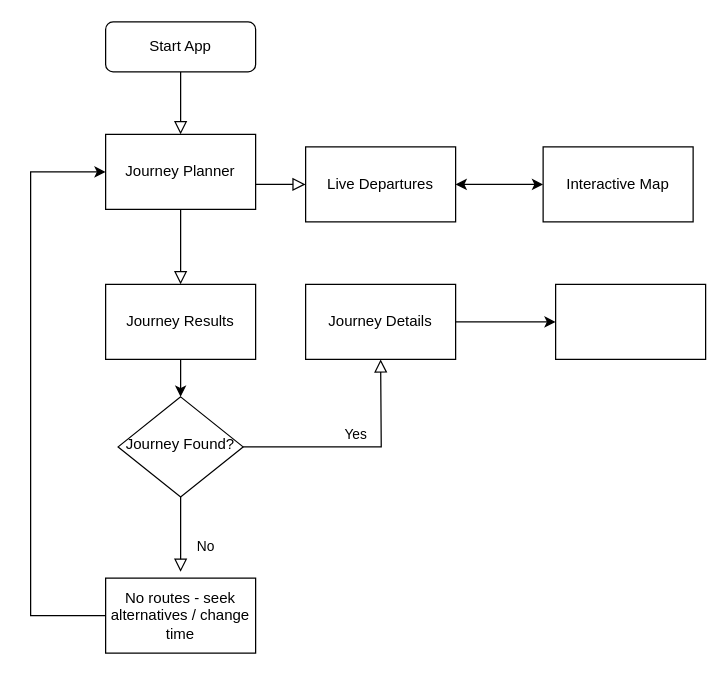
Cyberjush/mininet keeps this draw.io diagram as Untitled Diagram.drawio. Above is the earlier version. Source tidied: cells renumbered, new cells numbered last; positions are measured from the earlier drawing's top-left corner, leaving out a move shared by most shapes. Both pictures are drawn from the tidied source at 125%, with x=0, y=0 at pixel (30, 21).
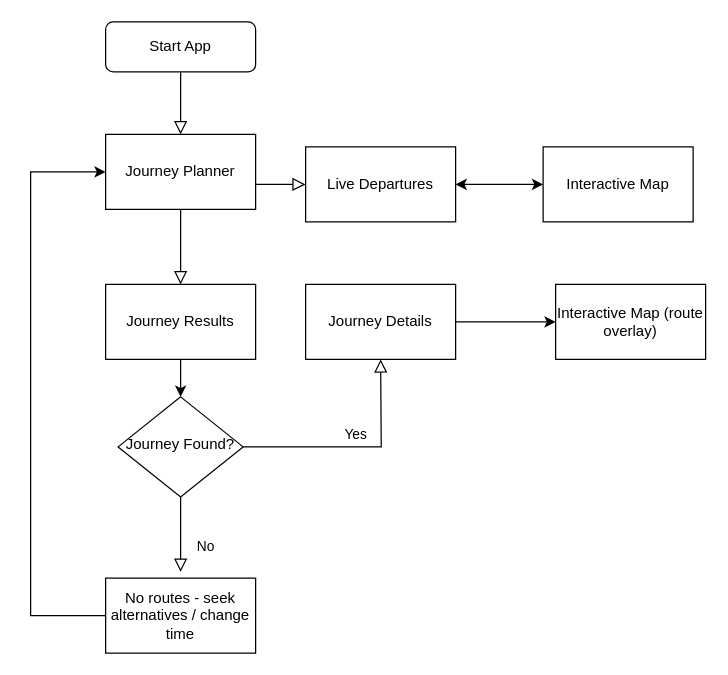
Above is the later version.

The edit, as a diff of the source:
```diff
@@
-    <mxCell id="17" style="rounded=0;whiteSpace=wrap;html=1;" parent="1" vertex="1">
+    <mxCell id="17" value="Interactive Map (route overlay)" style="rounded=0;whiteSpace=wrap;html=1;" parent="1" vertex="1">
       <mxGeometry x="420" y="210" width="120" height="60" as="geometry" />
     </mxCell>
```
